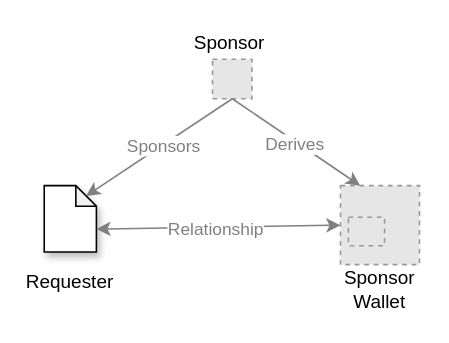
Before: docs/airnode/v0.6/assets/diagrams/concepts-sponsor-relationships.drawio in api3dao/old-api3-docs, a draw.io diagram. Source tidied: cells renumbered, new cells numbered last; positions are measured from the earlier drawing's top-left corner, leaving out a move shared by most shapes. Both pictures are drawn from the tidied source at 158%, with x=0, y=0 at pixel (38, 27). Pictures stored in the file or linked from it are replaced by grey dashed boxes.
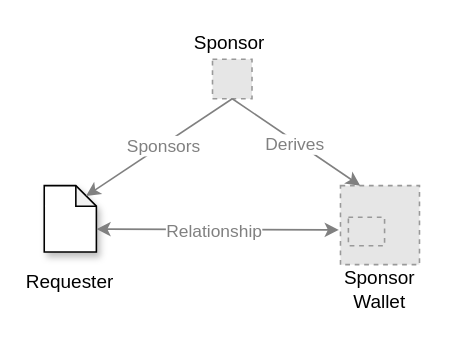
Above is the later version.

Change to the diagram source:
```diff
@@
 <mxGraphModel>
   <root>
     <mxCell id="0" />
     <mxCell id="1" parent="0" />
     <mxCell id="2" style="fillColor=#E6E6E6;strokeColor=#999999;dashed=1;verticalLabelPosition=bottom;verticalAlign=top;" parent="1" vertex="1">
       <mxGeometry x="110" y="20" width="25" height="25" as="geometry" />
     </mxCell>
     <mxCell id="3" style="fillColor=#E6E6E6;strokeColor=#999999;dashed=1;verticalLabelPosition=bottom;verticalAlign=top;" parent="1" vertex="1">
       <mxGeometry x="191" y="100" width="50" height="50" as="geometry" />
     </mxCell>
     <mxCell id="4" style="fillColor=#E6E6E6;strokeColor=#999999;dashed=1;verticalLabelPosition=bottom;verticalAlign=top;" parent="1" vertex="1">
       <mxGeometry x="196" y="120" width="22.9" height="18" as="geometry" />
     </mxCell>
     <mxCell id="5" style="shape=note;whiteSpace=wrap;html=1;backgroundOutline=1;darkOpacity=0.05;size=13;shadow=1;" parent="1" vertex="1">
       <mxGeometry x="3.5" y="100" width="33" height="42" as="geometry" />
     </mxCell>
-    <mxCell id="6" style="endArrow=classic;startArrow=classic;html=1;exitX=0;exitY=0;exitDx=33;exitDy=27.5;exitPerimeter=0;entryX=0;entryY=0.5;entryDx=0;entryDy=0;strokeColor=#808080;" parent="1" edge="1" source="5" target="3">
-      <mxGeometry relative="1" as="geometry" />
+    <mxCell id="6" style="endArrow=classic;startArrow=classic;html=1;exitX=0;exitY=0;exitDx=33;exitDy=27.5;exitPerimeter=0;strokeColor=#808080;" parent="1" edge="1" source="5">
+      <mxGeometry relative="1" as="geometry">
+        <mxPoint x="190" y="128" as="targetPoint" />
+      </mxGeometry>
     </mxCell>
     <mxCell id="7" value="&lt;font color=&quot;#808080&quot;&gt;Relationship&lt;/font&gt;" style="edgeLabel;html=1;align=center;verticalAlign=middle;" parent="6" vertex="1">
       <mxGeometry x="-0.03" y="-1" relative="1" as="geometry" />
     </mxCell>
     <mxCell id="8" value="Sponsor" style="text;html=1;strokeColor=none;fillColor=none;align=center;verticalAlign=middle;whiteSpace=wrap;rounded=0;" parent="1" vertex="1">
       <mxGeometry x="101" width="40" height="20" as="geometry" />
     </mxCell>
     <mxCell id="9" value="Requester" style="text;html=1;strokeColor=none;fillColor=none;align=center;verticalAlign=middle;whiteSpace=wrap;rounded=0;shadow=1;" parent="1" vertex="1">
       <mxGeometry y="151" width="40" height="20" as="geometry" />
     </mxCell>
     <mxCell id="10" value="Sponsor Wallet" style="text;html=1;strokeColor=none;fillColor=none;align=center;verticalAlign=middle;whiteSpace=wrap;rounded=0;shadow=1;" parent="1" vertex="1">
       <mxGeometry x="196" y="156" width="40" height="20" as="geometry" />
     </mxCell>
     <mxCell id="11" style="endArrow=classic;html=1;strokeColor=#808080;exitX=0.5;exitY=1;exitDx=0;exitDy=0;entryX=0;entryY=0;entryDx=26.5;entryDy=6.5;entryPerimeter=0;" parent="1" edge="1" source="2" target="5">
       <mxGeometry relative="1" as="geometry" />
     </mxCell>
     <mxCell id="12" value="&lt;font color=&quot;#808080&quot;&gt;Sponsors&lt;/font&gt;" style="edgeLabel;html=1;align=center;verticalAlign=middle;" parent="11" vertex="1">
       <mxGeometry x="-0.05" relative="1" as="geometry" />
     </mxCell>
     <mxCell id="13" style="endArrow=classic;html=1;strokeColor=#808080;entryX=0.25;entryY=0;entryDx=0;entryDy=0;exitX=0.5;exitY=1;exitDx=0;exitDy=0;" parent="1" edge="1" source="2" target="3">
       <mxGeometry relative="1" as="geometry" />
     </mxCell>
     <mxCell id="14" value="&lt;font color=&quot;#808080&quot;&gt;Derives&lt;br&gt;&lt;/font&gt;" style="edgeLabel;html=1;align=center;verticalAlign=middle;" parent="13" vertex="1">
       <mxGeometry x="-0.06" y="1" relative="1" as="geometry">
         <mxPoint y="3" as="offset" />
       </mxGeometry>
     </mxCell>
   </root>
 </mxGraphModel>
```
